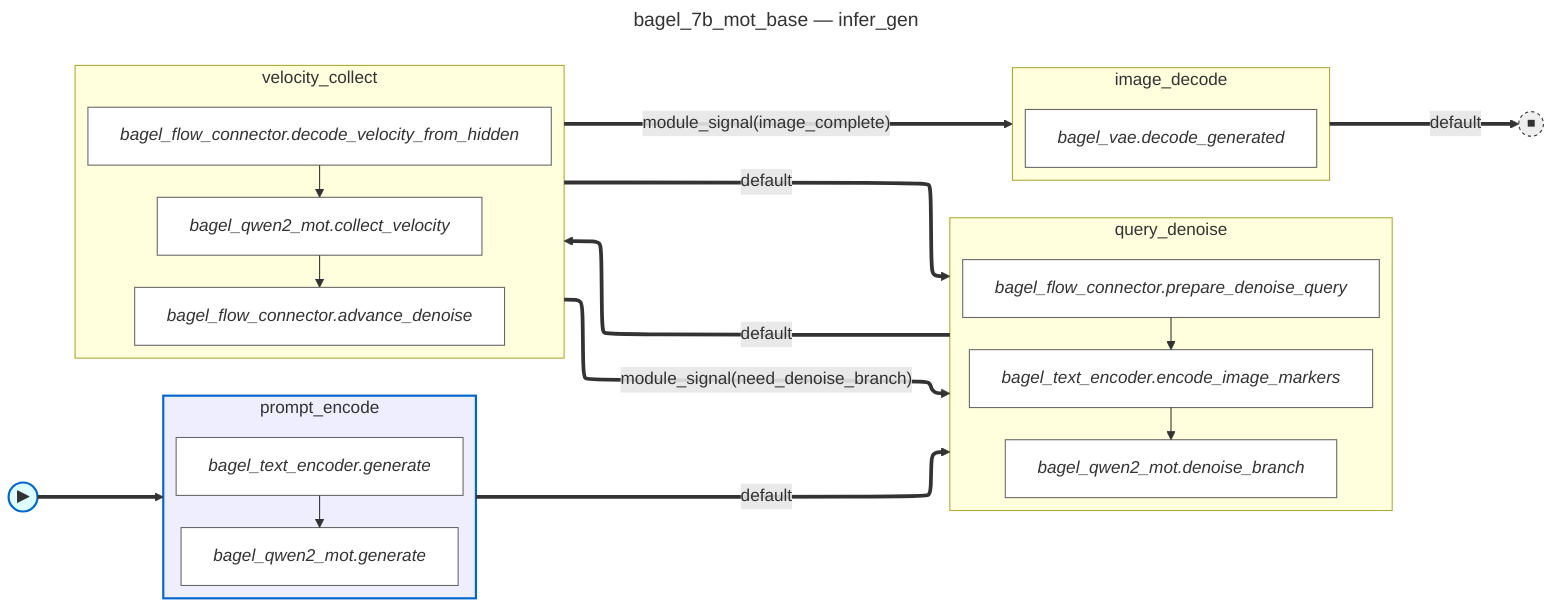
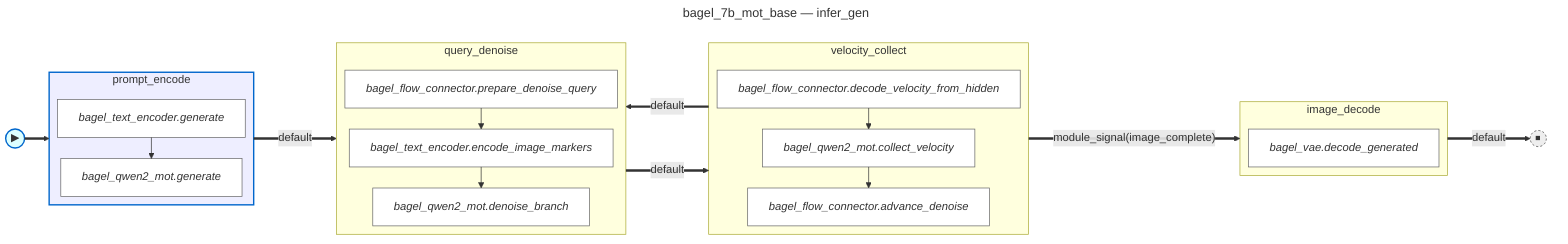
---
title: bagel_7b_mot_base — infer_gen
---
%%{init: {'flowchart': {'defaultRenderer': 'elk'}}}%%
flowchart LR
    fsm_start(("▶")):::fsm_start
    fsm_done(("⏹")):::fsm_terminal
    subgraph state_prompt_encode [prompt_encode]
        direction TB
        prompt_encode__bagel_text_encoder_generate["<i>bagel_text_encoder.generate</i>"]:::body_node
        prompt_encode__bagel_qwen2_mot_generate["<i>bagel_qwen2_mot.generate</i>"]:::body_node
        prompt_encode__bagel_text_encoder_generate --> prompt_encode__bagel_qwen2_mot_generate
    end
    subgraph state_query_denoise [query_denoise]
        direction TB
        query_denoise__bagel_flow_connector_prepare_denoise_query["<i>bagel_flow_connector.prepare_denoise_query</i>"]:::body_node
        query_denoise__bagel_text_encoder_encode_image_markers["<i>bagel_text_encoder.encode_image_markers</i>"]:::body_node
        query_denoise__bagel_qwen2_mot_denoise_branch["<i>bagel_qwen2_mot.denoise_branch</i>"]:::body_node
        query_denoise__bagel_flow_connector_prepare_denoise_query --> query_denoise__bagel_text_encoder_encode_image_markers
        query_denoise__bagel_text_encoder_encode_image_markers --> query_denoise__bagel_qwen2_mot_denoise_branch
    end
    subgraph state_velocity_collect [velocity_collect]
        direction TB
        velocity_collect__bagel_flow_connector_decode_velocity_from_hidden["<i>bagel_flow_connector.decode_velocity_from_hidden</i>"]:::body_node
        velocity_collect__bagel_qwen2_mot_collect_velocity["<i>bagel_qwen2_mot.collect_velocity</i>"]:::body_node
        velocity_collect__bagel_flow_connector_advance_denoise["<i>bagel_flow_connector.advance_denoise</i>"]:::body_node
        velocity_collect__bagel_flow_connector_decode_velocity_from_hidden --> velocity_collect__bagel_qwen2_mot_collect_velocity
        velocity_collect__bagel_qwen2_mot_collect_velocity --> velocity_collect__bagel_flow_connector_advance_denoise
    end
    subgraph state_image_decode [image_decode]
        direction TB
        image_decode__bagel_vae_decode_generated["<i>bagel_vae.decode_generated</i>"]:::body_node
    end
    fsm_start ==> state_prompt_encode
    state_prompt_encode ==>|"default"| state_query_denoise
    state_query_denoise ==>|"default"| state_velocity_collect
-     state_velocity_collect ==>|"module_signal(need_denoise_branch)"| state_query_denoise
    state_velocity_collect ==>|"module_signal(image_complete)"| state_image_decode
    state_velocity_collect ==>|"default"| state_query_denoise
    state_image_decode ==>|"default"| fsm_done
    classDef body_node fill:#fff,stroke:#666
    classDef fsm_start fill:#dff,stroke:#06c,stroke-width:2px
    classDef fsm_terminal fill:#eee,stroke:#333,stroke-width:1px,stroke-dasharray:3 3
    style state_prompt_encode fill:#eef,stroke:#06c,stroke-width:2px
